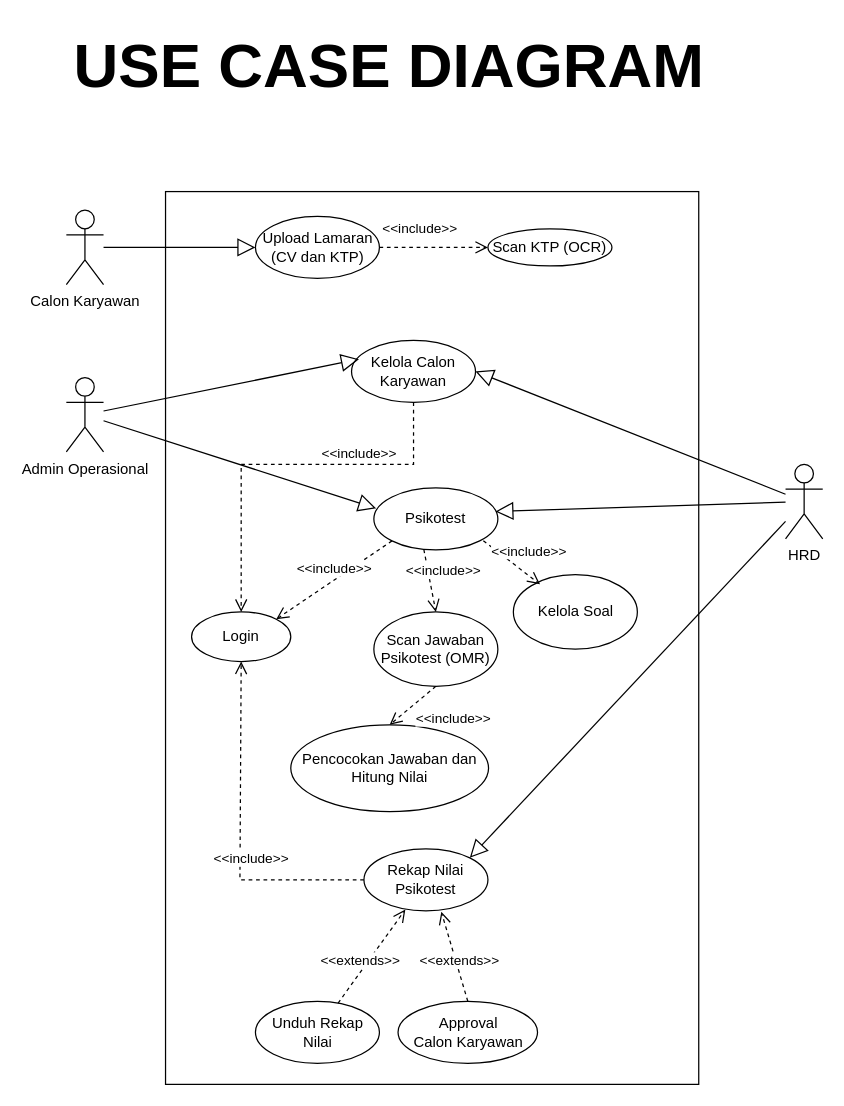
Earlier version of the draw.io diagram page "USE CASE DIAGRAM" (1 of 5) of Use Case.drawio (ceceprokani/Diagram-Skripsi). Source tidied: cells renumbered, new cells numbered last; positions are measured from the earlier drawing's top-left corner, leaving out a move shared by most shapes. Both pictures are drawn from the tidied source at 124%, with x=0, y=0 at pixel (66, 21).
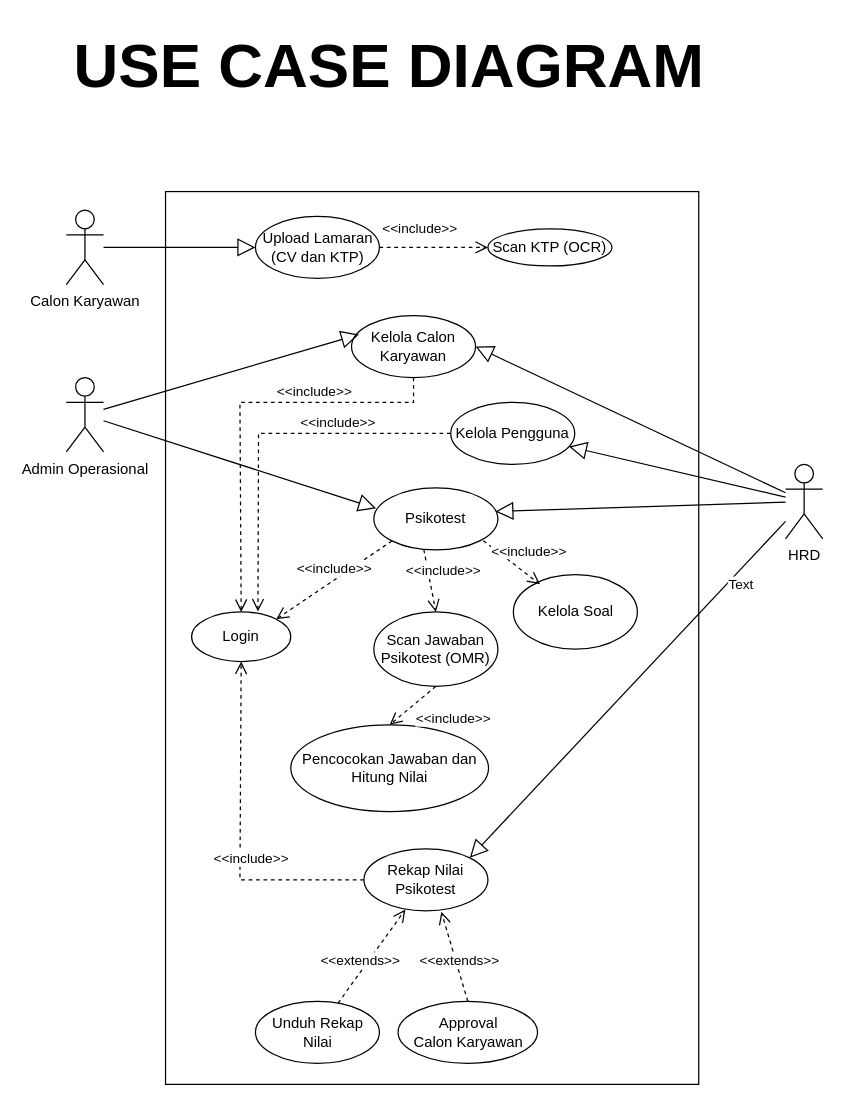
Above is the later version.

The change refers to these unchanged cells:
```xml
<mxCell id="4" value="HRD" style="shape=umlActor;verticalLabelPosition=bottom;verticalAlign=top;html=1;outlineConnect=0;" parent="1" vertex="1">
  <mxGeometry x="580" y="357" width="30" height="60" as="geometry" />
</mxCell>
<mxCell id="5" value="Login" style="ellipse;whiteSpace=wrap;html=1;" parent="1" vertex="1">
  <mxGeometry x="101" y="476" width="80" height="40" as="geometry" />
</mxCell>
<mxCell id="21" style="endArrow=block;endFill=0;endSize=12;html=1;rounded=0;entryX=1;entryY=0;entryDx=0;entryDy=0;" parent="1" edge="1" source="4" target="20">
  <mxGeometry relative="1" as="geometry" />
</mxCell>
```

What changed in the source:
```diff
@@
     <mxCell id="8" value="Kelola Calon Karyawan" style="ellipse;whiteSpace=wrap;html=1;" parent="1" vertex="1">
-      <mxGeometry x="230" y="257" width="100" height="50" as="geometry" />
+      <mxGeometry x="230" y="237" width="100" height="50" as="geometry" />
     </mxCell>
@@
     <mxCell id="10" value="&amp;lt;&amp;lt;include&amp;gt;&amp;gt;" style="html=1;verticalAlign=bottom;endArrow=open;dashed=1;endSize=8;curved=0;rounded=0;entryX=0.5;entryY=0;entryDx=0;entryDy=0;exitX=0.5;exitY=1;exitDx=0;exitDy=0;" parent="1" edge="1" source="8" target="5">
       <mxGeometry x="-0.39" relative="1" as="geometry">
         <Array as="points">
-          <mxPoint x="280" y="357" />
-          <mxPoint x="141" y="357" />
+          <mxPoint x="280" y="307" />
+          <mxPoint x="140" y="307" />
         </Array>
       </mxGeometry>
     </mxCell>
@@
+    <mxCell id="33" value="Text" style="edgeLabel;html=1;align=center;verticalAlign=middle;" parent="21" vertex="1">
+      <mxGeometry x="-0.67" y="7" relative="1" as="geometry">
+        <mxPoint y="1" as="offset" />
+      </mxGeometry>
+    </mxCell>
@@
+    <mxCell id="34" value="Kelola Pengguna" style="ellipse;whiteSpace=wrap;html=1;" parent="1" vertex="1">
+      <mxGeometry x="310" y="307" width="100" height="50" as="geometry" />
+    </mxCell>
+    <mxCell id="35" style="endArrow=block;endFill=0;endSize=12;html=1;rounded=0;" parent="1" edge="1" source="4" target="34">
+      <mxGeometry relative="1" as="geometry" />
+    </mxCell>
+    <mxCell id="36" value="&amp;lt;&amp;lt;include&amp;gt;&amp;gt;" style="html=1;verticalAlign=bottom;endArrow=open;dashed=1;endSize=8;curved=0;rounded=0;exitX=0;exitY=0.5;exitDx=0;exitDy=0;entryX=0.669;entryY=-0.01;entryDx=0;entryDy=0;entryPerimeter=0;" parent="1" edge="1" source="34" target="5">
+      <mxGeometry x="-0.39" relative="1" as="geometry">
+        <Array as="points">
+          <mxPoint x="155" y="332" />
+        </Array>
+      </mxGeometry>
+    </mxCell>
```
